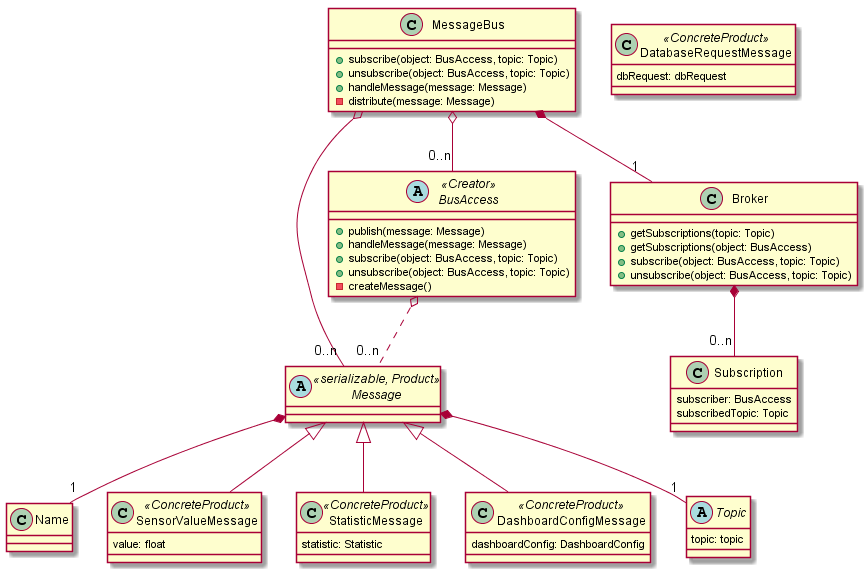
Above: Entwurf/diagrams/Bus.png in uzdry/PSE (PlantUML), before the change.
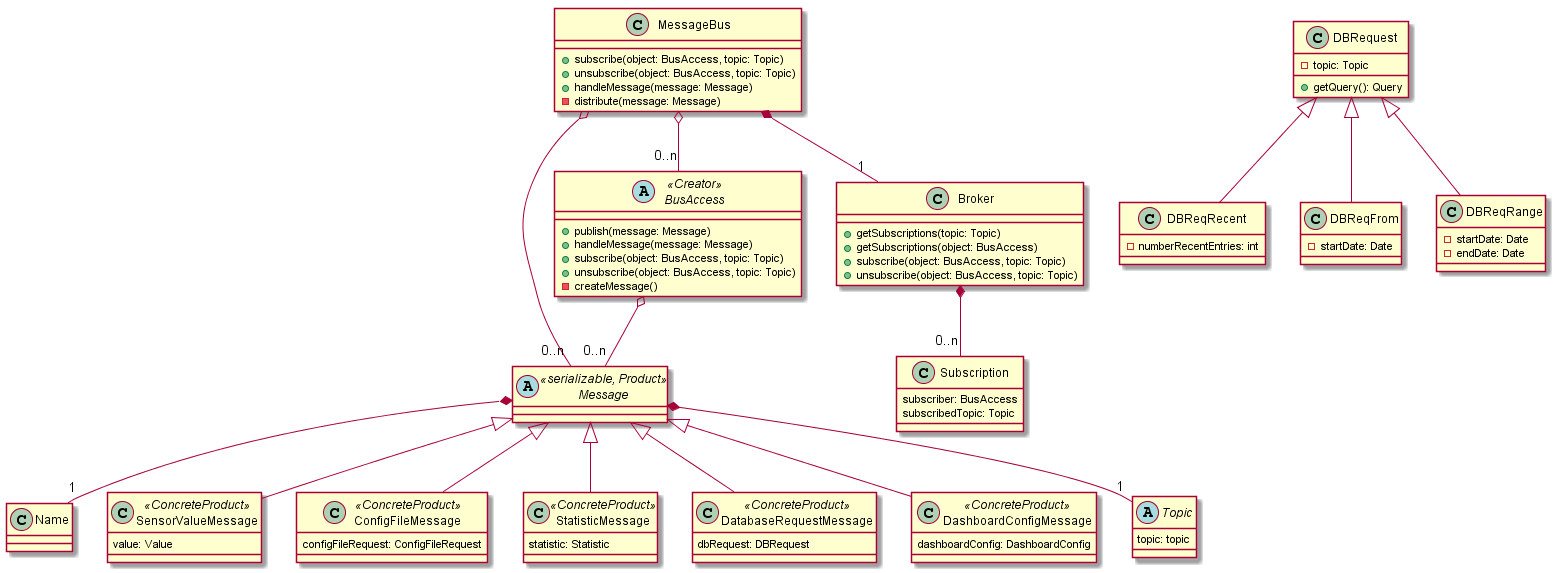
After the change.

Commit message:
did something to the bus

don't ask me, it was something about some config file messages or
something

The edit, as a diff of the source:
```diff
@@ -9,7 +9,11 @@
 }
 
 class SensorValueMessage << ConcreteProduct >> {
-	value: float
+	value: Value
+}
+
+class ConfigFileMessage << ConcreteProduct >> extends Message {
+configFileRequest: ConfigFileRequest
 }
 
 class StatisticMessage << ConcreteProduct >> {
@@ -17,7 +21,7 @@
 }
 
 class DatabaseRequestMessage <<ConcreteProduct >> {
-	dbRequest: dbRequest
+	dbRequest: DBRequest
 }
 
 class DashboardConfigMessage << ConcreteProduct >> {
@@ -28,9 +32,33 @@
 	topic: topic
 }
 
+class DBRequest {
+	-topic: Topic
+	+getQuery(): Query
+}
+
+class DBReqRecent {
+	-numberRecentEntries: int
+}
+
+class DBReqFrom {
+	-startDate: Date
+}
+
+class DBReqRange {
+	-startDate: Date
+	-endDate: Date
+}
+
 Message <|-- SensorValueMessage
 Message <|-- StatisticMessage
 Message <|-- DashboardConfigMessage
+Message <|-- DatabaseRequestMessage
+
+DBRequest <|-- DBReqRecent
+DBRequest <|-- DBReqFrom
+DBRequest <|-- DBReqRange
+
 
 abstract class BusAccess << Creator >> {
 	+publish(message: Message)
@@ -63,7 +91,7 @@
 MessageBus o--"0..n" Message
 MessageBus o--"0..n" BusAccess
 Broker *--"0..n" Subscription
-BusAccess o.."0..n" Message
+BusAccess o--"0..n" Message
 Message *--"1" Topic
 
 @enduml
```
